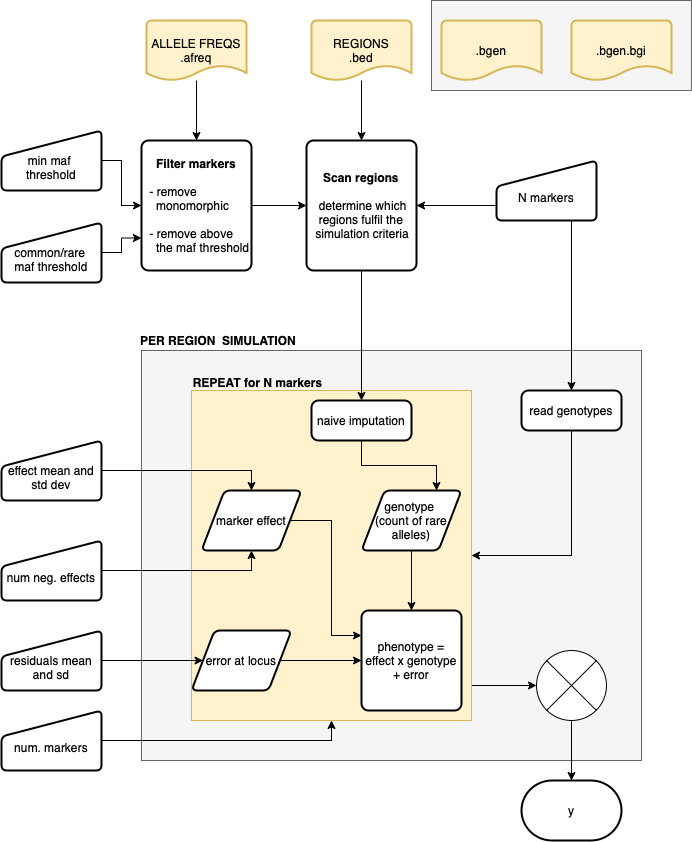
Earlier version of the draw.io export assets/a_johanssonPP_stage3.drawio.png (NBISweden/a_johansson_2020). Source tidied: cells renumbered, new cells last; positions are measured from the earlier drawing's top-left corner, leaving out a move shared by most shapes. Source of this version:
```xml
<mxGraphModel>
  <root>
    <mxCell id="0" />
    <mxCell id="1" parent="0" />
    <mxCell id="2" style="rounded=0;whiteSpace=wrap;html=1;fillColor=#f5f5f5;fontColor=#333333;strokeColor=#666666;" parent="1" vertex="1">
      <mxGeometry x="140" y="350" width="500" height="410" as="geometry" />
    </mxCell>
    <mxCell id="3" style="rounded=0;whiteSpace=wrap;html=1;fillColor=#f5f5f5;strokeColor=#666666;fontColor=#333333;" parent="1" vertex="1">
      <mxGeometry x="430" width="260" height="90" as="geometry" />
    </mxCell>
    <mxCell id="4" style="edgeStyle=orthogonalEdgeStyle;rounded=0;jettySize=auto;html=1;exitX=0.996;exitY=0.894;exitDx=0;exitDy=0;entryX=0;entryY=0.5;entryDx=0;entryDy=0;entryPerimeter=0;exitPerimeter=0;" parent="1" edge="1" source="5" target="43">
      <mxGeometry relative="1" as="geometry" />
    </mxCell>
    <mxCell id="5" style="rounded=0;whiteSpace=wrap;html=1;fillColor=#fff2cc;strokeColor=#d6b656;" parent="1" vertex="1">
      <mxGeometry x="190" y="390" width="280" height="330" as="geometry" />
    </mxCell>
    <mxCell id="6" style="edgeStyle=orthogonalEdgeStyle;rounded=0;jettySize=auto;html=1;" parent="1" edge="1" source="7" target="13">
      <mxGeometry relative="1" as="geometry" />
    </mxCell>
    <mxCell id="7" value="ALLELE FREQS&lt;br&gt;.afreq" style="strokeWidth=2;html=1;shape=mxgraph.flowchart.document2;whiteSpace=wrap;size=0.25;fillColor=#fff2cc;strokeColor=#d6b656;" parent="1" vertex="1">
      <mxGeometry x="145" y="20" width="100" height="60" as="geometry" />
    </mxCell>
    <mxCell id="8" value=".bgen.bgi" style="strokeWidth=2;html=1;shape=mxgraph.flowchart.document2;whiteSpace=wrap;size=0.25;fillColor=#fff2cc;strokeColor=#d6b656;" parent="1" vertex="1">
      <mxGeometry x="570" y="20" width="100" height="60" as="geometry" />
    </mxCell>
    <mxCell id="9" value=".bgen" style="strokeWidth=2;html=1;shape=mxgraph.flowchart.document2;whiteSpace=wrap;size=0.25;fillColor=#fff2cc;strokeColor=#d6b656;" parent="1" vertex="1">
      <mxGeometry x="440" y="20" width="100" height="60" as="geometry" />
    </mxCell>
    <mxCell id="10" style="edgeStyle=orthogonalEdgeStyle;rounded=0;jettySize=auto;html=1;" parent="1" edge="1" source="11" target="19">
      <mxGeometry relative="1" as="geometry" />
    </mxCell>
    <mxCell id="11" value="REGIONS&lt;br&gt;.bed" style="strokeWidth=2;html=1;shape=mxgraph.flowchart.document2;whiteSpace=wrap;size=0.25;fillColor=#fff2cc;strokeColor=#d6b656;" parent="1" vertex="1">
      <mxGeometry x="310" y="20" width="100" height="60" as="geometry" />
    </mxCell>
    <mxCell id="12" style="edgeStyle=orthogonalEdgeStyle;rounded=0;jettySize=auto;html=1;exitX=1;exitY=0.5;exitDx=0;exitDy=0;entryX=0;entryY=0.5;entryDx=0;entryDy=0;" parent="1" edge="1" source="13" target="19">
      <mxGeometry relative="1" as="geometry" />
    </mxCell>
    <mxCell id="13" value="&lt;b&gt;Filter markers&lt;br&gt;&lt;br&gt;&lt;div style=&quot;text-align: left&quot;&gt;&lt;span style=&quot;font-weight: normal&quot;&gt;&amp;nbsp; - remove &amp;nbsp; &amp;nbsp;&lt;/span&gt;&lt;/div&gt;&lt;div style=&quot;text-align: left&quot;&gt;&lt;span style=&quot;font-weight: normal&quot;&gt;&amp;nbsp; &amp;nbsp; monomorphic&lt;/span&gt;&lt;/div&gt;&lt;/b&gt;&lt;div style=&quot;text-align: left&quot;&gt;&lt;br&gt;&lt;/div&gt;&lt;div&gt;&lt;div style=&quot;text-align: left&quot;&gt;&amp;nbsp; - remove above&amp;nbsp;&lt;/div&gt;&lt;div style=&quot;text-align: left&quot;&gt;&amp;nbsp; &amp;nbsp; the maf threshold&lt;/div&gt;&lt;/div&gt;" style="rounded=1;whiteSpace=wrap;html=1;absoluteArcSize=1;arcSize=14;strokeWidth=2;" parent="1" vertex="1">
      <mxGeometry x="140" y="140" width="110" height="130" as="geometry" />
    </mxCell>
    <mxCell id="14" style="edgeStyle=orthogonalEdgeStyle;rounded=0;jettySize=auto;html=1;exitX=1;exitY=0.5;exitDx=0;exitDy=0;entryX=0;entryY=0.5;entryDx=0;entryDy=0;" parent="1" edge="1" source="15" target="13">
      <mxGeometry relative="1" as="geometry" />
    </mxCell>
    <mxCell id="15" value="&lt;br&gt;min maf &lt;br&gt;threshold" style="html=1;strokeWidth=2;shape=manualInput;whiteSpace=wrap;rounded=1;size=26;arcSize=11;" parent="1" vertex="1">
      <mxGeometry y="130" width="100" height="60" as="geometry" />
    </mxCell>
    <mxCell id="16" style="edgeStyle=orthogonalEdgeStyle;rounded=0;jettySize=auto;html=1;exitX=1;exitY=0.5;exitDx=0;exitDy=0;entryX=0;entryY=0.75;entryDx=0;entryDy=0;" parent="1" edge="1" source="17" target="13">
      <mxGeometry relative="1" as="geometry" />
    </mxCell>
    <mxCell id="17" value="&lt;br&gt;common/rare &lt;br&gt;maf&amp;nbsp;threshold" style="html=1;strokeWidth=2;shape=manualInput;whiteSpace=wrap;rounded=1;size=26;arcSize=11;" parent="1" vertex="1">
      <mxGeometry y="222" width="100" height="60" as="geometry" />
    </mxCell>
    <mxCell id="18" style="edgeStyle=orthogonalEdgeStyle;rounded=0;jettySize=auto;html=1;exitX=0.5;exitY=1;exitDx=0;exitDy=0;entryX=0.5;entryY=0;entryDx=0;entryDy=0;" parent="1" edge="1" source="19" target="37">
      <mxGeometry relative="1" as="geometry" />
    </mxCell>
    <mxCell id="19" value="&lt;b&gt;Scan regions&lt;/b&gt;&lt;br&gt;&lt;div style=&quot;font-weight: bold ; text-align: left&quot;&gt;&lt;span style=&quot;font-weight: normal&quot;&gt;&amp;nbsp;&amp;nbsp;&lt;/span&gt;&lt;/div&gt;&lt;div style=&quot;text-align: left&quot;&gt;&lt;span style=&quot;font-weight: normal&quot;&gt;&amp;nbsp; determine which&amp;nbsp;&lt;/span&gt;&lt;/div&gt;&lt;div style=&quot;text-align: left&quot;&gt;&lt;span style=&quot;font-weight: normal&quot;&gt;&amp;nbsp; regions&amp;nbsp;&lt;/span&gt;fulfil the&amp;nbsp;&lt;/div&gt;&lt;div style=&quot;text-align: left&quot;&gt;&amp;nbsp;simulation criteria&lt;/div&gt;" style="rounded=1;whiteSpace=wrap;html=1;absoluteArcSize=1;arcSize=14;strokeWidth=2;" parent="1" vertex="1">
      <mxGeometry x="305" y="140" width="110" height="130" as="geometry" />
    </mxCell>
    <mxCell id="20" style="edgeStyle=orthogonalEdgeStyle;rounded=0;jettySize=auto;html=1;exitX=0;exitY=0.75;exitDx=0;exitDy=0;entryX=1;entryY=0.5;entryDx=0;entryDy=0;" parent="1" edge="1" source="22" target="19">
      <mxGeometry relative="1" as="geometry" />
    </mxCell>
    <mxCell id="21" style="edgeStyle=orthogonalEdgeStyle;rounded=0;jettySize=auto;html=1;exitX=0.75;exitY=1;exitDx=0;exitDy=0;entryX=0.5;entryY=0;entryDx=0;entryDy=0;" parent="1" edge="1" source="22" target="46">
      <mxGeometry relative="1" as="geometry" />
    </mxCell>
    <mxCell id="22" value="&lt;br&gt;N markers" style="html=1;strokeWidth=2;shape=manualInput;whiteSpace=wrap;rounded=1;size=26;arcSize=11;" parent="1" vertex="1">
      <mxGeometry x="495" y="160" width="100" height="60" as="geometry" />
    </mxCell>
    <mxCell id="23" value="&lt;b&gt;PER&lt;/b&gt;&lt;b&gt;&amp;nbsp;REGION &amp;nbsp;SIMULATION&lt;/b&gt;" style="text;html=1;strokeColor=none;fillColor=none;align=center;verticalAlign=middle;whiteSpace=wrap;rounded=0;" parent="1" vertex="1">
      <mxGeometry x="72" y="325" width="290" height="30" as="geometry" />
    </mxCell>
    <mxCell id="24" style="edgeStyle=orthogonalEdgeStyle;rounded=0;jettySize=auto;html=1;exitX=1;exitY=0.5;exitDx=0;exitDy=0;entryX=0.5;entryY=0;entryDx=0;entryDy=0;" parent="1" edge="1" source="25" target="33">
      <mxGeometry relative="1" as="geometry" />
    </mxCell>
    <mxCell id="25" value="&lt;br&gt;effect mean and std dev" style="html=1;strokeWidth=2;shape=manualInput;whiteSpace=wrap;rounded=1;size=26;arcSize=11;" parent="1" vertex="1">
      <mxGeometry y="440" width="100" height="60" as="geometry" />
    </mxCell>
    <mxCell id="26" style="edgeStyle=orthogonalEdgeStyle;rounded=0;jettySize=auto;html=1;exitX=1;exitY=0.5;exitDx=0;exitDy=0;entryX=0;entryY=0.5;entryDx=0;entryDy=0;" parent="1" edge="1" source="27" target="40">
      <mxGeometry relative="1" as="geometry" />
    </mxCell>
    <mxCell id="27" value="&lt;br&gt;residuals mean and sd" style="html=1;strokeWidth=2;shape=manualInput;whiteSpace=wrap;rounded=1;size=26;arcSize=11;" parent="1" vertex="1">
      <mxGeometry y="630" width="100" height="60" as="geometry" />
    </mxCell>
    <mxCell id="28" style="edgeStyle=orthogonalEdgeStyle;rounded=0;jettySize=auto;html=1;exitX=1;exitY=0.5;exitDx=0;exitDy=0;entryX=0.5;entryY=1;entryDx=0;entryDy=0;" parent="1" edge="1" source="29" target="33">
      <mxGeometry relative="1" as="geometry" />
    </mxCell>
    <mxCell id="29" value="&lt;br&gt;num neg. effects" style="html=1;strokeWidth=2;shape=manualInput;whiteSpace=wrap;rounded=1;size=26;arcSize=11;" parent="1" vertex="1">
      <mxGeometry y="540" width="100" height="60" as="geometry" />
    </mxCell>
    <mxCell id="30" style="edgeStyle=orthogonalEdgeStyle;rounded=0;jettySize=auto;html=1;exitX=1;exitY=0.5;exitDx=0;exitDy=0;entryX=0.5;entryY=1;entryDx=0;entryDy=0;" parent="1" edge="1" source="31" target="5">
      <mxGeometry relative="1" as="geometry" />
    </mxCell>
    <mxCell id="31" value="&lt;br&gt;num. markers" style="html=1;strokeWidth=2;shape=manualInput;whiteSpace=wrap;rounded=1;size=26;arcSize=11;" parent="1" vertex="1">
      <mxGeometry y="710" width="100" height="60" as="geometry" />
    </mxCell>
    <mxCell id="32" style="edgeStyle=orthogonalEdgeStyle;rounded=0;jettySize=auto;html=1;exitX=1;exitY=0.5;exitDx=0;exitDy=0;entryX=0;entryY=0.25;entryDx=0;entryDy=0;" parent="1" edge="1" source="33" target="38">
      <mxGeometry relative="1" as="geometry" />
    </mxCell>
    <mxCell id="33" value="marker effect" style="shape=parallelogram;html=1;strokeWidth=2;perimeter=parallelogramPerimeter;whiteSpace=wrap;rounded=1;arcSize=12;size=0.23;" parent="1" vertex="1">
      <mxGeometry x="200" y="490" width="100" height="60" as="geometry" />
    </mxCell>
    <mxCell id="34" style="edgeStyle=orthogonalEdgeStyle;rounded=0;jettySize=auto;html=1;exitX=0.5;exitY=1;exitDx=0;exitDy=0;entryX=0.5;entryY=0;entryDx=0;entryDy=0;" parent="1" edge="1" source="35" target="38">
      <mxGeometry relative="1" as="geometry" />
    </mxCell>
    <mxCell id="35" value="genotype&amp;nbsp;&lt;br&gt;(count of rare&lt;br&gt;alleles)" style="shape=parallelogram;html=1;strokeWidth=2;perimeter=parallelogramPerimeter;whiteSpace=wrap;rounded=1;arcSize=12;size=0.23;" parent="1" vertex="1">
      <mxGeometry x="360" y="490" width="100" height="60" as="geometry" />
    </mxCell>
    <mxCell id="36" style="edgeStyle=orthogonalEdgeStyle;rounded=0;jettySize=auto;html=1;exitX=0.5;exitY=1;exitDx=0;exitDy=0;entryX=0.75;entryY=0;entryDx=0;entryDy=0;" parent="1" edge="1" source="37" target="35">
      <mxGeometry relative="1" as="geometry" />
    </mxCell>
    <mxCell id="37" value="naive imputation" style="rounded=1;whiteSpace=wrap;html=1;absoluteArcSize=1;arcSize=14;strokeWidth=2;" parent="1" vertex="1">
      <mxGeometry x="310" y="400" width="100" height="40" as="geometry" />
    </mxCell>
    <mxCell id="38" value="phenotype = effect x genotype + error" style="rounded=1;whiteSpace=wrap;html=1;absoluteArcSize=1;arcSize=14;strokeWidth=2;" parent="1" vertex="1">
      <mxGeometry x="360" y="610" width="100" height="100" as="geometry" />
    </mxCell>
    <mxCell id="39" style="edgeStyle=orthogonalEdgeStyle;rounded=0;jettySize=auto;html=1;exitX=1;exitY=0.5;exitDx=0;exitDy=0;entryX=0;entryY=0.5;entryDx=0;entryDy=0;" parent="1" edge="1" source="40" target="38">
      <mxGeometry relative="1" as="geometry" />
    </mxCell>
    <mxCell id="40" value="error at locus" style="shape=parallelogram;html=1;strokeWidth=2;perimeter=parallelogramPerimeter;whiteSpace=wrap;rounded=1;arcSize=12;size=0.23;" parent="1" vertex="1">
      <mxGeometry x="190" y="630" width="100" height="60" as="geometry" />
    </mxCell>
    <mxCell id="41" value="&lt;b&gt;REPEAT for N markers&lt;/b&gt;" style="text;html=1;strokeColor=none;fillColor=none;align=center;verticalAlign=middle;whiteSpace=wrap;rounded=0;" parent="1" vertex="1">
      <mxGeometry x="179" y="367" width="155" height="30" as="geometry" />
    </mxCell>
    <mxCell id="42" style="edgeStyle=orthogonalEdgeStyle;rounded=0;jettySize=auto;html=1;exitX=0.5;exitY=1;exitDx=0;exitDy=0;exitPerimeter=0;entryX=0.5;entryY=0;entryDx=0;entryDy=0;entryPerimeter=0;" parent="1" edge="1" source="43" target="47">
      <mxGeometry relative="1" as="geometry" />
    </mxCell>
    <mxCell id="43" style="verticalLabelPosition=bottom;verticalAlign=top;html=1;shape=mxgraph.flowchart.or;" parent="1" vertex="1">
      <mxGeometry x="535" y="650" width="70" height="70" as="geometry" />
    </mxCell>
    <mxCell id="44" style="edgeStyle=orthogonalEdgeStyle;rounded=0;orthogonalLoop=1;jettySize=auto;html=1;exitX=0.5;exitY=1;exitDx=0;exitDy=0;" parent="1" edge="1" source="2" target="2">
      <mxGeometry relative="1" as="geometry" />
    </mxCell>
    <mxCell id="45" style="edgeStyle=orthogonalEdgeStyle;rounded=0;jettySize=auto;html=1;exitX=0.5;exitY=1;exitDx=0;exitDy=0;entryX=1;entryY=0.5;entryDx=0;entryDy=0;" parent="1" edge="1" source="46" target="5">
      <mxGeometry relative="1" as="geometry" />
    </mxCell>
    <mxCell id="46" value="read genotypes" style="rounded=1;whiteSpace=wrap;html=1;absoluteArcSize=1;arcSize=14;strokeWidth=2;" parent="1" vertex="1">
      <mxGeometry x="520" y="390" width="100" height="40" as="geometry" />
    </mxCell>
    <mxCell id="47" value="y" style="strokeWidth=2;html=1;shape=mxgraph.flowchart.terminator;whiteSpace=wrap;" parent="1" vertex="1">
      <mxGeometry x="520" y="780" width="100" height="60" as="geometry" />
    </mxCell>
  </root>
</mxGraphModel>
```
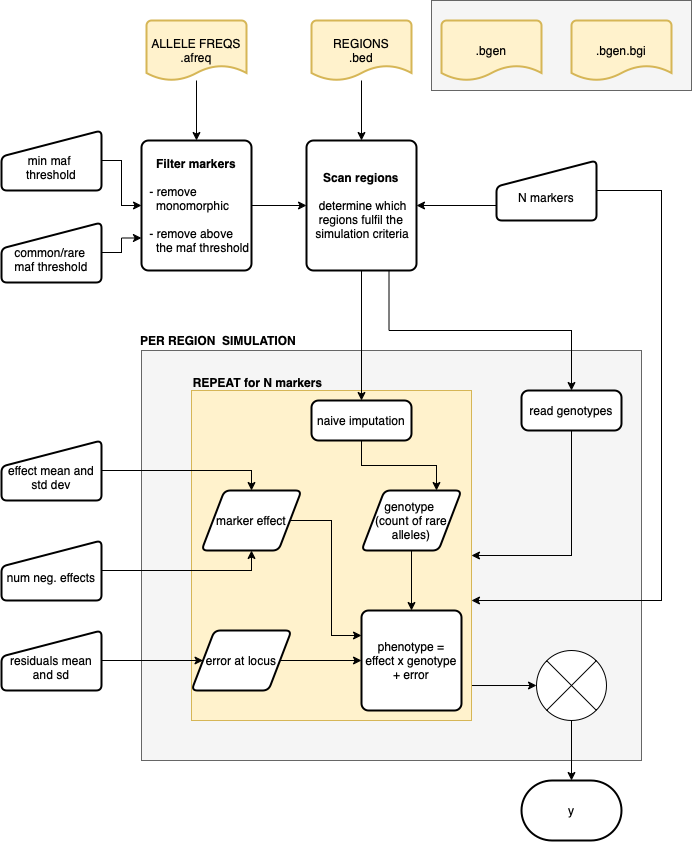
After the commit.

Commit message:
simplify flowchart

Change to the diagram source:
```diff
@@ -53,15 +53,25 @@
     <mxCell id="18" style="edgeStyle=orthogonalEdgeStyle;rounded=0;jettySize=auto;html=1;exitX=0.5;exitY=1;exitDx=0;exitDy=0;entryX=0.5;entryY=0;entryDx=0;entryDy=0;" parent="1" edge="1" source="19" target="37">
       <mxGeometry relative="1" as="geometry" />
     </mxCell>
+    <mxCell id="48" style="edgeStyle=orthogonalEdgeStyle;rounded=0;jettySize=auto;html=1;exitX=0.75;exitY=1;exitDx=0;exitDy=0;entryX=0.5;entryY=0;entryDx=0;entryDy=0;" parent="1" edge="1" source="19" target="46">
+      <mxGeometry relative="1" as="geometry" />
+    </mxCell>
     <mxCell id="19" value="&lt;b&gt;Scan regions&lt;/b&gt;&lt;br&gt;&lt;div style=&quot;font-weight: bold ; text-align: left&quot;&gt;&lt;span style=&quot;font-weight: normal&quot;&gt;&amp;nbsp;&amp;nbsp;&lt;/span&gt;&lt;/div&gt;&lt;div style=&quot;text-align: left&quot;&gt;&lt;span style=&quot;font-weight: normal&quot;&gt;&amp;nbsp; determine which&amp;nbsp;&lt;/span&gt;&lt;/div&gt;&lt;div style=&quot;text-align: left&quot;&gt;&lt;span style=&quot;font-weight: normal&quot;&gt;&amp;nbsp; regions&amp;nbsp;&lt;/span&gt;fulfil the&amp;nbsp;&lt;/div&gt;&lt;div style=&quot;text-align: left&quot;&gt;&amp;nbsp;simulation criteria&lt;/div&gt;" style="rounded=1;whiteSpace=wrap;html=1;absoluteArcSize=1;arcSize=14;strokeWidth=2;" parent="1" vertex="1">
       <mxGeometry x="305" y="140" width="110" height="130" as="geometry" />
     </mxCell>
     <mxCell id="20" style="edgeStyle=orthogonalEdgeStyle;rounded=0;jettySize=auto;html=1;exitX=0;exitY=0.75;exitDx=0;exitDy=0;entryX=1;entryY=0.5;entryDx=0;entryDy=0;" parent="1" edge="1" source="22" target="19">
       <mxGeometry relative="1" as="geometry" />
     </mxCell>
-    <mxCell id="21" style="edgeStyle=orthogonalEdgeStyle;rounded=0;jettySize=auto;html=1;exitX=0.75;exitY=1;exitDx=0;exitDy=0;entryX=0.5;entryY=0;entryDx=0;entryDy=0;" parent="1" edge="1" source="22" target="46">
-      <mxGeometry relative="1" as="geometry" />
-    </mxCell>
+    <mxCell id="49" style="edgeStyle=orthogonalEdgeStyle;rounded=0;jettySize=auto;html=1;exitX=1;exitY=0.5;exitDx=0;exitDy=0;" parent="1" edge="1" source="22">
+      <mxGeometry relative="1" as="geometry">
+        <mxPoint x="470" y="600" as="targetPoint" />
+        <Array as="points">
+          <mxPoint x="660" y="190" />
+          <mxPoint x="660" y="600" />
+          <mxPoint x="470" y="600" />
+        </Array>
+      </mxGeometry>
+    </mxCell>
     <mxCell id="22" value="&lt;br&gt;N markers" style="html=1;strokeWidth=2;shape=manualInput;whiteSpace=wrap;rounded=1;size=26;arcSize=11;" parent="1" vertex="1">
       <mxGeometry x="495" y="160" width="100" height="60" as="geometry" />
     </mxCell>
@@ -86,12 +96,6 @@
     <mxCell id="29" value="&lt;br&gt;num neg. effects" style="html=1;strokeWidth=2;shape=manualInput;whiteSpace=wrap;rounded=1;size=26;arcSize=11;" parent="1" vertex="1">
       <mxGeometry y="540" width="100" height="60" as="geometry" />
     </mxCell>
-    <mxCell id="30" style="edgeStyle=orthogonalEdgeStyle;rounded=0;jettySize=auto;html=1;exitX=1;exitY=0.5;exitDx=0;exitDy=0;entryX=0.5;entryY=1;entryDx=0;entryDy=0;" parent="1" edge="1" source="31" target="5">
-      <mxGeometry relative="1" as="geometry" />
-    </mxCell>
-    <mxCell id="31" value="&lt;br&gt;num. markers" style="html=1;strokeWidth=2;shape=manualInput;whiteSpace=wrap;rounded=1;size=26;arcSize=11;" parent="1" vertex="1">
-      <mxGeometry y="710" width="100" height="60" as="geometry" />
-    </mxCell>
     <mxCell id="32" style="edgeStyle=orthogonalEdgeStyle;rounded=0;jettySize=auto;html=1;exitX=1;exitY=0.5;exitDx=0;exitDy=0;entryX=0;entryY=0.25;entryDx=0;entryDy=0;" parent="1" edge="1" source="33" target="38">
       <mxGeometry relative="1" as="geometry" />
     </mxCell>
```
